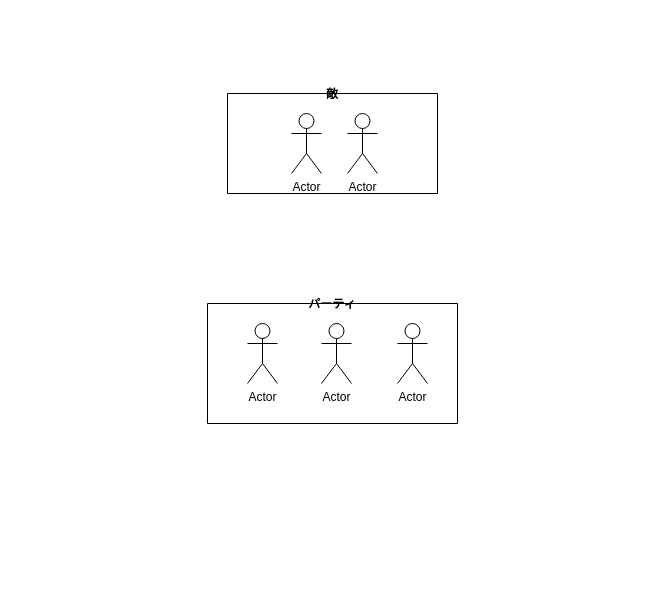
kijimaD/digger_rs keeps this draw.io diagram as page "パーティ" (3 of 4) of digger.drawio. Above is the earlier version. Source tidied: cells renumbered, new cells numbered last; positions are measured from the earlier drawing's top-left corner, leaving out a move shared by most shapes. Both pictures are drawn from the tidied source at 100%, with x=0, y=0 at pixel (207, 93).
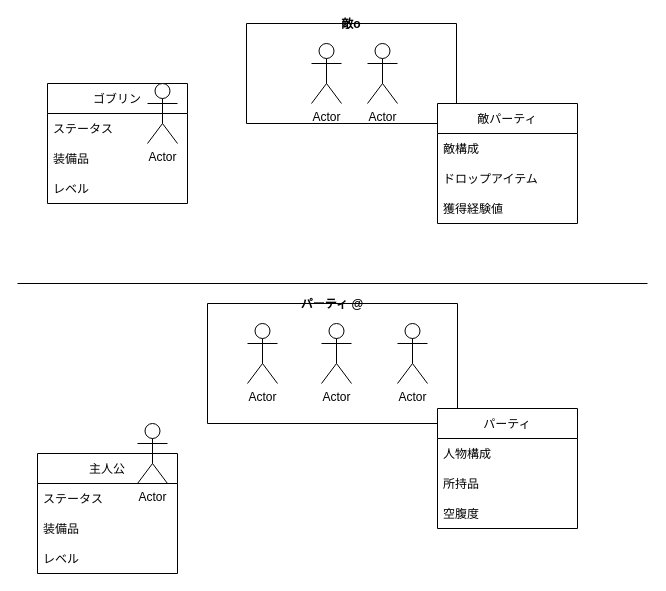
After the change.

What changed in the source:
```diff
@@
+    <mxCell id="7" value="パーティ @" style="swimlane;startSize=0;" parent="1" vertex="1">
+      <mxGeometry y="210" width="250" height="120" as="geometry" />
+    </mxCell>
+    <mxCell id="8" value="敵o" style="swimlane;startSize=0;" parent="1" vertex="1">
+      <mxGeometry x="39" y="-70" width="210" height="100" as="geometry" />
+    </mxCell>
-    <mxCell id="5" value="Actor" style="shape=umlActor;verticalLabelPosition=bottom;verticalAlign=top;html=1;" parent="1" vertex="1">
-      <mxGeometry x="84" y="20" width="30" height="60" as="geometry" />
+    <mxCell id="5" value="Actor" style="shape=umlActor;verticalLabelPosition=bottom;verticalAlign=top;html=1;" parent="8" vertex="1">
+      <mxGeometry x="65" y="20" width="30" height="60" as="geometry" />
     </mxCell>
-    <mxCell id="6" value="Actor" style="shape=umlActor;verticalLabelPosition=bottom;verticalAlign=top;html=1;" parent="1" vertex="1">
-      <mxGeometry x="140" y="20" width="30" height="60" as="geometry" />
+    <mxCell id="6" value="Actor" style="shape=umlActor;verticalLabelPosition=bottom;verticalAlign=top;html=1;" parent="8" vertex="1">
+      <mxGeometry x="121" y="20" width="30" height="60" as="geometry" />
     </mxCell>
-    <mxCell id="7" value="パーティ" style="swimlane;startSize=0;" parent="1" vertex="1">
-      <mxGeometry y="210" width="250" height="120" as="geometry" />
-    </mxCell>
-    <mxCell id="8" value="敵" style="swimlane;startSize=0;" parent="1" vertex="1">
-      <mxGeometry x="20" width="210" height="100" as="geometry" />
-    </mxCell>
+    <mxCell id="9" value="主人公" style="swimlane;fontStyle=0;horizontal=1;startSize=30;" parent="1" vertex="1">
+      <mxGeometry x="-170" y="360" width="140" height="120" as="geometry" />
+    </mxCell>
+    <mxCell id="10" value="ステータス" style="text;strokeColor=none;fillColor=none;align=left;verticalAlign=middle;spacingLeft=4;spacingRight=4;overflow=hidden;" parent="9" vertex="1">
+      <mxGeometry y="30" width="140" height="30" as="geometry" />
+    </mxCell>
+    <mxCell id="11" value="装備品" style="text;strokeColor=none;fillColor=none;align=left;verticalAlign=middle;spacingLeft=4;spacingRight=4;overflow=hidden;" parent="9" vertex="1">
+      <mxGeometry y="60" width="140" height="30" as="geometry" />
+    </mxCell>
+    <mxCell id="12" value="レベル" style="text;strokeColor=none;fillColor=none;align=left;verticalAlign=middle;spacingLeft=4;spacingRight=4;overflow=hidden;" parent="9" vertex="1">
+      <mxGeometry y="90" width="140" height="30" as="geometry" />
+    </mxCell>
+    <mxCell id="13" value="パーティ" style="swimlane;fontStyle=0;horizontal=1;startSize=30;" parent="1" vertex="1">
+      <mxGeometry x="230" y="315" width="140" height="120" as="geometry" />
+    </mxCell>
+    <mxCell id="14" value="人物構成" style="text;strokeColor=none;fillColor=none;align=left;verticalAlign=middle;spacingLeft=4;spacingRight=4;overflow=hidden;" parent="13" vertex="1">
+      <mxGeometry y="30" width="140" height="30" as="geometry" />
+    </mxCell>
+    <mxCell id="15" value="所持品" style="text;strokeColor=none;fillColor=none;align=left;verticalAlign=middle;spacingLeft=4;spacingRight=4;overflow=hidden;" parent="13" vertex="1">
+      <mxGeometry y="60" width="140" height="30" as="geometry" />
+    </mxCell>
+    <mxCell id="16" value="空腹度" style="text;strokeColor=none;fillColor=none;align=left;verticalAlign=middle;spacingLeft=4;spacingRight=4;overflow=hidden;" parent="13" vertex="1">
+      <mxGeometry y="90" width="140" height="30" as="geometry" />
+    </mxCell>
+    <mxCell id="17" value="Actor" style="shape=umlActor;verticalLabelPosition=bottom;verticalAlign=top;html=1;" parent="1" vertex="1">
+      <mxGeometry x="-70" y="330" width="30" height="60" as="geometry" />
+    </mxCell>
+    <mxCell id="18" value="ゴブリン" style="swimlane;fontStyle=0;horizontal=1;startSize=30;" parent="1" vertex="1">
+      <mxGeometry x="-160" y="-10" width="140" height="120" as="geometry" />
+    </mxCell>
+    <mxCell id="19" value="ステータス" style="text;strokeColor=none;fillColor=none;align=left;verticalAlign=middle;spacingLeft=4;spacingRight=4;overflow=hidden;" parent="18" vertex="1">
+      <mxGeometry y="30" width="140" height="30" as="geometry" />
+    </mxCell>
+    <mxCell id="20" value="装備品" style="text;strokeColor=none;fillColor=none;align=left;verticalAlign=middle;spacingLeft=4;spacingRight=4;overflow=hidden;" parent="18" vertex="1">
+      <mxGeometry y="60" width="140" height="30" as="geometry" />
+    </mxCell>
+    <mxCell id="21" value="レベル" style="text;strokeColor=none;fillColor=none;align=left;verticalAlign=middle;spacingLeft=4;spacingRight=4;overflow=hidden;" parent="18" vertex="1">
+      <mxGeometry y="90" width="140" height="30" as="geometry" />
+    </mxCell>
+    <mxCell id="22" value="Actor" style="shape=umlActor;verticalLabelPosition=bottom;verticalAlign=top;html=1;" parent="1" vertex="1">
+      <mxGeometry x="-60" y="-10" width="30" height="60" as="geometry" />
+    </mxCell>
+    <mxCell id="23" value="敵パーティ" style="swimlane;fontStyle=0;horizontal=1;startSize=30;" parent="1" vertex="1">
+      <mxGeometry x="230" y="10" width="140" height="120" as="geometry" />
+    </mxCell>
+    <mxCell id="24" value="敵構成" style="text;strokeColor=none;fillColor=none;align=left;verticalAlign=middle;spacingLeft=4;spacingRight=4;overflow=hidden;" parent="23" vertex="1">
+      <mxGeometry y="30" width="140" height="30" as="geometry" />
+    </mxCell>
+    <mxCell id="25" value="ドロップアイテム" style="text;strokeColor=none;fillColor=none;align=left;verticalAlign=middle;spacingLeft=4;spacingRight=4;overflow=hidden;" parent="23" vertex="1">
+      <mxGeometry y="60" width="140" height="30" as="geometry" />
+    </mxCell>
+    <mxCell id="26" value="獲得経験値" style="text;strokeColor=none;fillColor=none;align=left;verticalAlign=middle;spacingLeft=4;spacingRight=4;overflow=hidden;" parent="23" vertex="1">
+      <mxGeometry y="90" width="140" height="30" as="geometry" />
+    </mxCell>
+    <mxCell id="27" style="endArrow=none;html=1;rounded=0;" parent="1" edge="1">
+      <mxGeometry relative="1" as="geometry">
+        <mxPoint x="-190" y="190" as="sourcePoint" />
+        <mxPoint x="440" y="190" as="targetPoint" />
+      </mxGeometry>
+    </mxCell>
```
